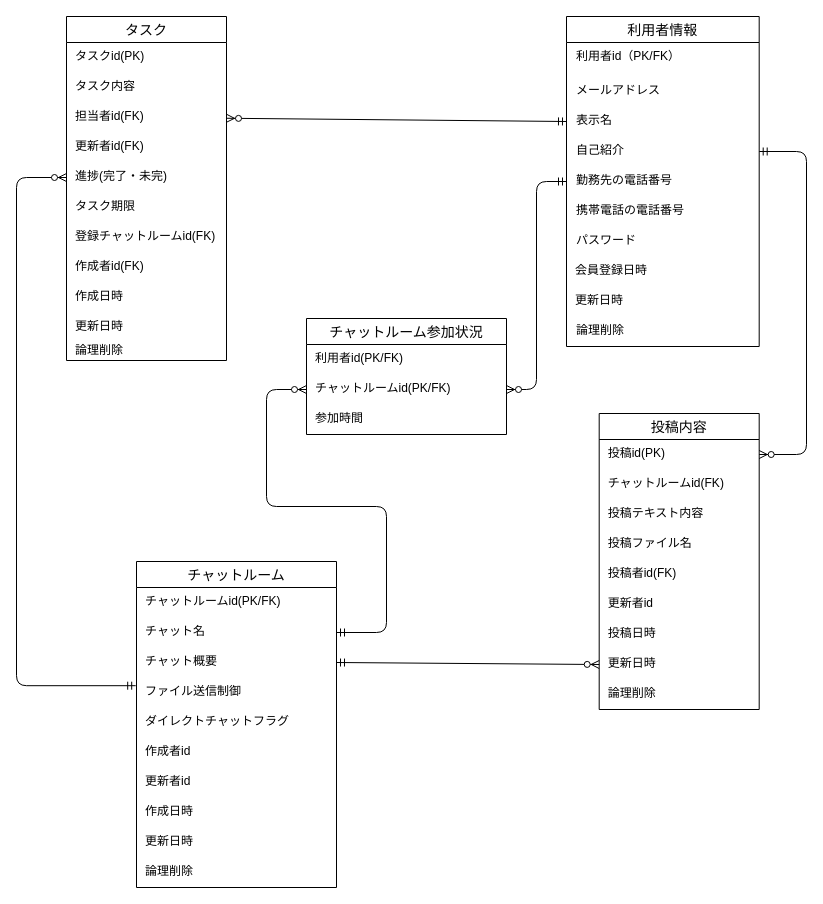
Above: db/db-challenge1/チャットルームER図.drawio in ytaka0407/quelcode-db (draw.io), before the change. Source tidied: cells renumbered, new cells numbered last; positions are measured from the earlier drawing's top-left corner, leaving out a move shared by most shapes. Both pictures are drawn from the tidied source at 100%, with x=0, y=0 at pixel (16, 16).
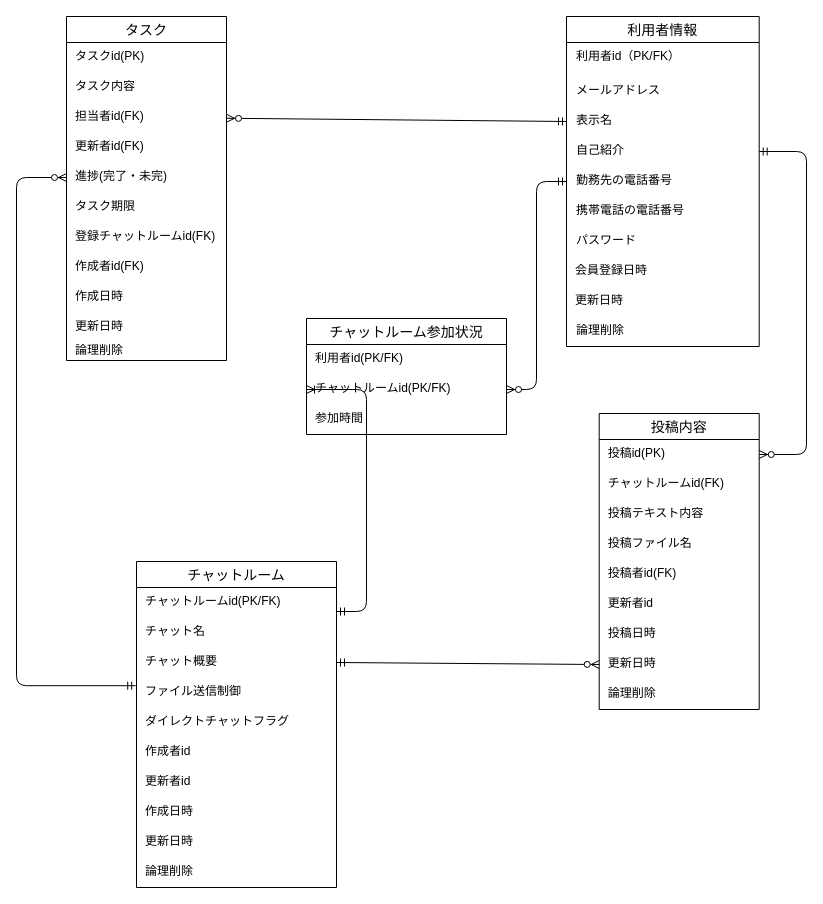
The same diagram, later.

Commit message:
チャットルームとチャットルーム参加状況のリレーションを、1対0以上から1対1以上に変更

Unchanged cells that the change refers to:
```xml
<mxCell id="19" value="チャットルームid(PK/FK)" style="text;strokeColor=none;fillColor=none;spacingLeft=7;spacingRight=4;overflow=hidden;points=[[0,0.5],[1,0.5]];portConstraint=eastwest;fontSize=12;" parent="17" vertex="1">
  <mxGeometry y="56" width="200" height="30" as="geometry" />
</mxCell>
<mxCell id="46" value="チャット名" style="text;strokeColor=none;fillColor=none;spacingLeft=7;spacingRight=4;overflow=hidden;points=[[0,0.5],[1,0.5]];portConstraint=eastwest;fontSize=12;" parent="44" vertex="1">
  <mxGeometry y="56" width="200" height="30" as="geometry" />
</mxCell>
```

What changed in the source:
```diff
@@
-    <mxCell id="3" style="edgeStyle=orthogonalEdgeStyle;fontSize=12;html=1;endArrow=ERzeroToMany;startArrow=ERmandOne;exitX=1;exitY=0.5;exitDx=0;exitDy=0;entryX=0;entryY=0.5;entryDx=0;entryDy=0;" parent="1" edge="1" source="46" target="19">
-      <mxGeometry relative="1" as="geometry">
-        <Array as="points">
-          <mxPoint x="370" y="616" />
-          <mxPoint x="370" y="490" />
-          <mxPoint x="250" y="490" />
-          <mxPoint x="250" y="373" />
-        </Array>
-      </mxGeometry>
-    </mxCell>
@@
+    <mxCell id="56" style="edgeStyle=entityRelationEdgeStyle;fontSize=12;html=1;endArrow=ERoneToMany;startArrow=ERmandOne;entryX=0;entryY=0.5;entryDx=0;entryDy=0;" parent="1" edge="1" target="19">
+      <mxGeometry relative="1" as="geometry">
+        <mxPoint x="320" y="595" as="sourcePoint" />
+      </mxGeometry>
+    </mxCell>
```
